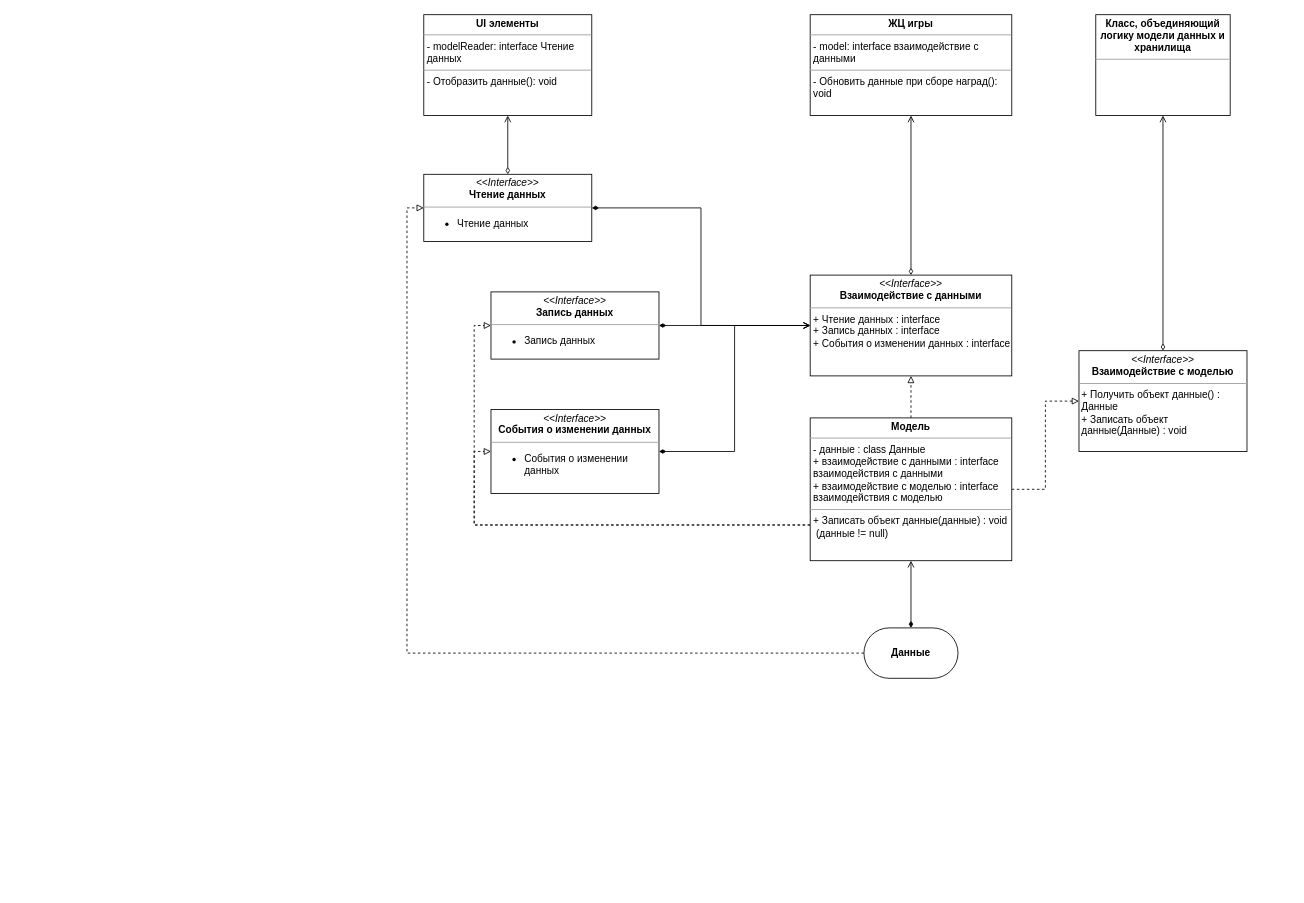
Before: Документация/Проектирование кода/Работа с данными/Модель с данными UML.drawio in PurposeTo/JumpingDreamer, a draw.io diagram. Source tidied: cells renumbered, new cells numbered last; positions are measured from the earlier drawing's top-left corner, leaving out a move shared by most shapes. Both pictures are drawn from the tidied source at 84%, with x=0, y=0 at pixel (423, 14).
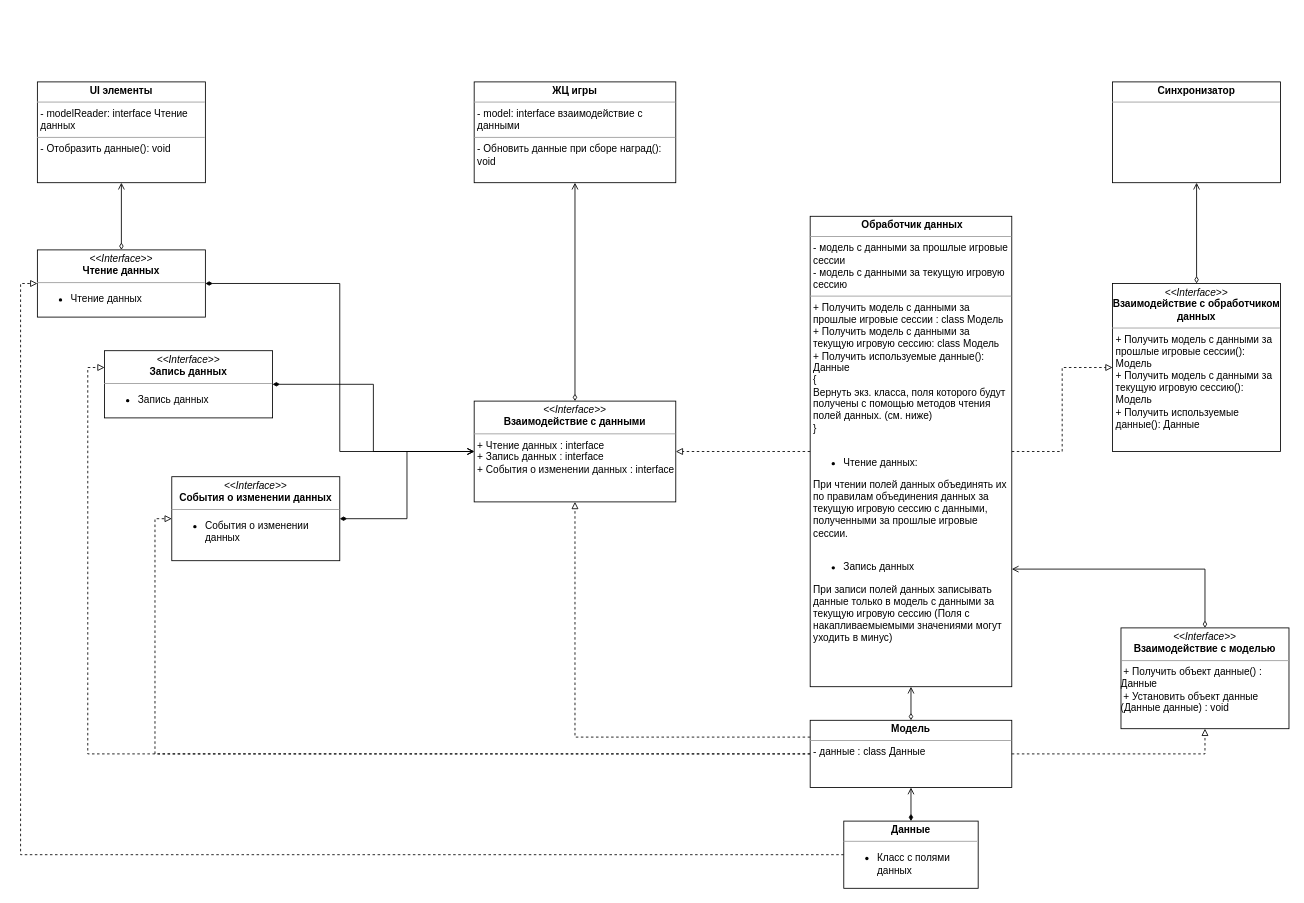
The same diagram, later.

Change to the diagram source:
```diff
@@
-    <mxCell id="2" style="edgeStyle=orthogonalEdgeStyle;rounded=0;jettySize=auto;html=1;entryX=0.5;entryY=1;entryDx=0;entryDy=0;fontSize=14;endArrow=block;endFill=0;dashed=1;" parent="1" edge="1" source="7" target="23">
-      <mxGeometry relative="1" as="geometry" />
-    </mxCell>
-    <mxCell id="3" style="edgeStyle=orthogonalEdgeStyle;rounded=0;jettySize=auto;html=1;exitX=0;exitY=0.75;exitDx=0;exitDy=0;entryX=0;entryY=0.5;entryDx=0;entryDy=0;startArrow=none;startFill=0;endArrow=block;endFill=0;fontSize=14;dashed=1;" parent="1" edge="1" source="7" target="17">
+    <mxCell id="3" style="edgeStyle=orthogonalEdgeStyle;rounded=0;jettySize=auto;html=1;exitX=0;exitY=0.5;exitDx=0;exitDy=0;entryX=0;entryY=0.5;entryDx=0;entryDy=0;startArrow=none;startFill=0;endArrow=block;endFill=0;fontSize=14;dashed=1;" parent="1" edge="1" source="25" target="17">
       <mxGeometry relative="1" as="geometry" />
     </mxCell>
-    <mxCell id="4" style="edgeStyle=orthogonalEdgeStyle;rounded=0;jettySize=auto;html=1;exitX=0;exitY=0.5;exitDx=0;exitDy=0;entryX=0;entryY=0.5;entryDx=0;entryDy=0;dashed=1;startArrow=none;startFill=0;endArrow=block;endFill=0;fontSize=14;" parent="1" edge="1" source="9" target="15">
+    <mxCell id="4" style="edgeStyle=orthogonalEdgeStyle;rounded=0;jettySize=auto;html=1;exitX=0;exitY=0.5;exitDx=0;exitDy=0;entryX=0;entryY=0.5;entryDx=0;entryDy=0;dashed=1;startArrow=none;startFill=0;endArrow=block;endFill=0;fontSize=14;" parent="1" edge="1" source="24" target="15">
       <mxGeometry relative="1" as="geometry" />
     </mxCell>
-    <mxCell id="5" style="edgeStyle=orthogonalEdgeStyle;rounded=0;jettySize=auto;html=1;exitX=0;exitY=0.75;exitDx=0;exitDy=0;entryX=0;entryY=0.5;entryDx=0;entryDy=0;dashed=1;startArrow=none;startFill=0;endArrow=block;endFill=0;fontSize=14;" parent="1" edge="1" source="7" target="14">
+    <mxCell id="5" style="edgeStyle=orthogonalEdgeStyle;rounded=0;jettySize=auto;html=1;exitX=0;exitY=0.5;exitDx=0;exitDy=0;entryX=0;entryY=0.25;entryDx=0;entryDy=0;dashed=1;startArrow=none;startFill=0;endArrow=block;endFill=0;fontSize=14;" parent="1" edge="1" source="25" target="14">
       <mxGeometry relative="1" as="geometry" />
     </mxCell>
-    <mxCell id="6" style="edgeStyle=orthogonalEdgeStyle;rounded=0;jettySize=auto;html=1;exitX=1;exitY=0.5;exitDx=0;exitDy=0;entryX=0;entryY=0.5;entryDx=0;entryDy=0;dashed=1;startArrow=none;startFill=0;endArrow=block;endFill=0;fontSize=14;" parent="1" edge="1" source="7" target="18">
+    <mxCell id="6" style="edgeStyle=orthogonalEdgeStyle;rounded=0;jettySize=auto;html=1;exitX=1;exitY=0.5;exitDx=0;exitDy=0;entryX=0;entryY=0.5;entryDx=0;entryDy=0;dashed=1;startArrow=none;startFill=0;endArrow=block;endFill=0;fontSize=14;" parent="1" edge="1" source="7" target="26">
       <mxGeometry relative="1" as="geometry" />
     </mxCell>
-    <mxCell id="7" value="&lt;p style=&quot;margin: 0px ; margin-top: 4px ; text-align: center&quot;&gt;&lt;b&gt;Модель&lt;/b&gt;&lt;/p&gt;&lt;hr size=&quot;1&quot;&gt;&lt;p style=&quot;margin: 0px ; margin-left: 4px&quot;&gt;- данные : class Данные&lt;/p&gt;&lt;p style=&quot;margin: 0px ; margin-left: 4px&quot;&gt;+ взаимодействие с данными : interface взаимодействия с данными&lt;/p&gt;&lt;p style=&quot;margin: 0px ; margin-left: 4px&quot;&gt;+ взаимодействие с моделью : interface взаимодействия с моделью&lt;/p&gt;&lt;hr size=&quot;1&quot;&gt;&lt;p style=&quot;margin: 0px ; margin-left: 4px&quot;&gt;+ Записать объект данные(данные) : void&lt;br&gt;&amp;nbsp;(данные != null)&lt;/p&gt;" style="verticalAlign=top;align=left;overflow=fill;fontSize=12;fontFamily=Helvetica;html=1;whiteSpace=wrap;" parent="1" vertex="1">
-      <mxGeometry x="460" y="480" width="240" height="170" as="geometry" />
+    <mxCell id="7" value="&lt;p style=&quot;margin: 0px ; margin-top: 4px ; text-align: center&quot;&gt;&lt;b&gt;&amp;nbsp;Обработчик данных&lt;/b&gt;&lt;/p&gt;&lt;hr size=&quot;1&quot;&gt;&lt;p style=&quot;margin: 0px 0px 0px 4px&quot;&gt;- модель&amp;nbsp;с данными за прошлые игровые сессии&lt;/p&gt;&lt;p style=&quot;margin: 0px 0px 0px 4px&quot;&gt;- модель с данными за текущую игровую сессию&lt;/p&gt;&lt;hr size=&quot;1&quot;&gt;&lt;p style=&quot;margin: 0px ; margin-left: 4px&quot;&gt;+ Получить модель с данными за прошлые игровые сессии : class Модель&lt;/p&gt;&lt;p style=&quot;margin: 0px ; margin-left: 4px&quot;&gt;+ Получить модель с данными за текущую игровую сессию: class Модель&lt;/p&gt;&lt;p style=&quot;margin: 0px ; margin-left: 4px&quot;&gt;+ Получить используемые данные(): Данные&lt;/p&gt;&lt;p style=&quot;margin: 0px ; margin-left: 4px&quot;&gt;{&lt;/p&gt;&lt;p style=&quot;margin: 0px ; margin-left: 4px&quot;&gt;Вернуть экз. класса, поля которого будут получены с помощью методов чтения полей данных. (см. ниже)&lt;/p&gt;&lt;p style=&quot;margin: 0px ; margin-left: 4px&quot;&gt;}&lt;/p&gt;&lt;p style=&quot;margin: 0px ; margin-left: 4px&quot;&gt;&lt;br&gt;&lt;/p&gt;&lt;p style=&quot;margin: 0px ; margin-left: 4px&quot;&gt;&lt;/p&gt;&lt;ul&gt;&lt;li&gt;Чтение данных:&lt;/li&gt;&lt;/ul&gt;&lt;p&gt;&lt;/p&gt;&lt;p style=&quot;margin: 0px ; margin-left: 4px&quot;&gt;При чтении полей данных объединять их по правилам объединения данных за текущую игровую сессию с данными, полученными за прошлые игровые сессии.&lt;br&gt;&lt;/p&gt;&lt;p style=&quot;margin: 0px ; margin-left: 4px&quot;&gt;&lt;br&gt;&lt;/p&gt;&lt;p style=&quot;margin: 0px ; margin-left: 4px&quot;&gt;&lt;/p&gt;&lt;ul&gt;&lt;li&gt;Запись данных&lt;/li&gt;&lt;/ul&gt;&lt;p&gt;&lt;/p&gt;&lt;p style=&quot;margin: 0px ; margin-left: 4px&quot;&gt;При записи полей данных записывать данные только в модель с данными за текущую игровую сессию (Поля с накапливаемыемыми значениями могут уходить в минус)&lt;/p&gt;" style="verticalAlign=top;align=left;overflow=fill;fontSize=12;fontFamily=Helvetica;html=1;whiteSpace=wrap;" parent="1" vertex="1">
+      <mxGeometry x="460" y="240" width="240" height="560" as="geometry" />
     </mxCell>
-    <mxCell id="8" style="edgeStyle=orthogonalEdgeStyle;rounded=0;jettySize=auto;html=1;exitX=0.5;exitY=0;exitDx=0;exitDy=0;entryX=0.5;entryY=1;entryDx=0;entryDy=0;endArrow=open;endFill=0;fontSize=14;startArrow=diamondThin;startFill=1;" parent="1" edge="1" source="9" target="7">
+    <mxCell id="8" style="edgeStyle=orthogonalEdgeStyle;rounded=0;jettySize=auto;html=1;exitX=0.5;exitY=0;exitDx=0;exitDy=0;entryX=0.5;entryY=1;entryDx=0;entryDy=0;endArrow=open;endFill=0;fontSize=14;startArrow=diamondThin;startFill=1;" parent="1" edge="1" source="24" target="25">
       <mxGeometry relative="1" as="geometry" />
     </mxCell>
-    <mxCell id="9" value="&lt;b&gt;Данные&lt;/b&gt;" style="rounded=1;arcSize=50;whiteSpace=wrap;html=1;align=center;" parent="1" vertex="1">
-      <mxGeometry x="524" y="730" width="112" height="60" as="geometry" />
-    </mxCell>
@@
-    <mxCell id="12" value="&lt;p style=&quot;margin: 0px ; margin-top: 4px ; text-align: center&quot;&gt;&lt;b&gt;Класс, объединяющий логику модели данных и хранилища&lt;/b&gt;&lt;/p&gt;&lt;hr size=&quot;1&quot;&gt;&lt;p style=&quot;margin: 0px ; margin-left: 4px&quot;&gt;&lt;br&gt;&lt;/p&gt;" style="verticalAlign=top;align=left;overflow=fill;fontSize=12;fontFamily=Helvetica;html=1;whiteSpace=wrap;" parent="1" vertex="1">
-      <mxGeometry x="800" width="160" height="120" as="geometry" />
+    <mxCell id="12" value="&lt;p style=&quot;margin: 0px ; margin-top: 4px ; text-align: center&quot;&gt;&lt;b&gt;Синхронизатор&lt;/b&gt;&lt;/p&gt;&lt;hr size=&quot;1&quot;&gt;&lt;p style=&quot;margin: 0px ; margin-left: 4px&quot;&gt;&lt;br&gt;&lt;/p&gt;" style="verticalAlign=top;align=left;overflow=fill;fontSize=12;fontFamily=Helvetica;html=1;whiteSpace=wrap;" parent="1" vertex="1">
+      <mxGeometry x="820" y="80" width="200" height="120" as="geometry" />
     </mxCell>
@@
     <mxCell id="14" value="&lt;p style=&quot;margin: 0px ; margin-top: 4px ; text-align: center&quot;&gt;&lt;i&gt;&amp;lt;&amp;lt;Interface&amp;gt;&amp;gt;&lt;/i&gt;&lt;br&gt;&lt;b&gt;Запись данных&lt;/b&gt;&lt;/p&gt;&lt;hr size=&quot;1&quot;&gt;&lt;p style=&quot;margin: 0px 0px 0px 4px&quot;&gt;&lt;/p&gt;&lt;ul&gt;&lt;li&gt;Запись данных&lt;/li&gt;&lt;/ul&gt;&lt;p&gt;&lt;/p&gt;" style="verticalAlign=top;align=left;overflow=fill;fontSize=12;fontFamily=Helvetica;html=1;whiteSpace=wrap;" parent="1" vertex="1">
-      <mxGeometry x="80" y="330" width="200" height="80" as="geometry" />
+      <mxGeometry x="-380" y="400" width="200" height="80" as="geometry" />
     </mxCell>
     <mxCell id="15" value="&lt;p style=&quot;margin: 0px ; margin-top: 4px ; text-align: center&quot;&gt;&lt;i&gt;&amp;lt;&amp;lt;Interface&amp;gt;&amp;gt;&lt;/i&gt;&lt;br&gt;&lt;b&gt;Чтение данных&lt;/b&gt;&lt;/p&gt;&lt;hr size=&quot;1&quot;&gt;&lt;p style=&quot;margin: 0px 0px 0px 4px&quot;&gt;&lt;/p&gt;&lt;ul&gt;&lt;li&gt;&lt;span&gt;Чтение данных&lt;/span&gt;&lt;br&gt;&lt;/li&gt;&lt;/ul&gt;&lt;p&gt;&lt;/p&gt;" style="verticalAlign=top;align=left;overflow=fill;fontSize=12;fontFamily=Helvetica;html=1;whiteSpace=wrap;" parent="1" vertex="1">
-      <mxGeometry y="190" width="200" height="80" as="geometry" />
+      <mxGeometry x="-460" y="280" width="200" height="80" as="geometry" />
     </mxCell>
@@
     <mxCell id="17" value="&lt;p style=&quot;margin: 0px ; margin-top: 4px ; text-align: center&quot;&gt;&lt;i&gt;&amp;lt;&amp;lt;Interface&amp;gt;&amp;gt;&lt;/i&gt;&lt;br&gt;&lt;b&gt;События о изменении данных&lt;/b&gt;&lt;/p&gt;&lt;hr size=&quot;1&quot;&gt;&lt;p style=&quot;margin: 0px 0px 0px 4px&quot;&gt;&lt;/p&gt;&lt;ul&gt;&lt;li&gt;События о изменении данных&lt;/li&gt;&lt;/ul&gt;&lt;p&gt;&lt;/p&gt;" style="verticalAlign=top;align=left;overflow=fill;fontSize=12;fontFamily=Helvetica;html=1;whiteSpace=wrap;" parent="1" vertex="1">
-      <mxGeometry x="80" y="470" width="200" height="100" as="geometry" />
+      <mxGeometry x="-300" y="550" width="200" height="100" as="geometry" />
     </mxCell>
-    <mxCell id="18" value="&lt;p style=&quot;margin: 0px ; margin-top: 4px ; text-align: center&quot;&gt;&lt;i&gt;&amp;lt;&amp;lt;Interface&amp;gt;&amp;gt;&lt;/i&gt;&lt;br&gt;&lt;b&gt;Взаимодействие с моделью&lt;/b&gt;&lt;/p&gt;&lt;hr size=&quot;1&quot;&gt;&lt;p style=&quot;margin: 0px ; margin-left: 4px&quot;&gt;&lt;/p&gt;&lt;span&gt;&amp;nbsp;+ Получить объект данные() :&amp;nbsp; &amp;nbsp;Данные&lt;/span&gt;&lt;br&gt;&lt;span&gt;&amp;nbsp;+ Записать объект&amp;nbsp; &amp;nbsp;данные(Данные) : void&lt;/span&gt;&lt;br&gt;&lt;p&gt;&lt;/p&gt;" style="verticalAlign=top;align=left;overflow=fill;fontSize=12;fontFamily=Helvetica;html=1;whiteSpace=wrap;" parent="1" vertex="1">
-      <mxGeometry x="780" y="400" width="200" height="120" as="geometry" />
+    <mxCell id="18" value="&lt;p style=&quot;margin: 0px ; margin-top: 4px ; text-align: center&quot;&gt;&lt;i&gt;&amp;lt;&amp;lt;Interface&amp;gt;&amp;gt;&lt;/i&gt;&lt;br&gt;&lt;b&gt;Взаимодействие с моделью&lt;/b&gt;&lt;/p&gt;&lt;hr size=&quot;1&quot;&gt;&lt;p style=&quot;margin: 0px ; margin-left: 4px&quot;&gt;&lt;/p&gt;&lt;span&gt;&amp;nbsp;+ Получить объект данные() :&amp;nbsp; Данные&lt;/span&gt;&lt;br&gt;&lt;span&gt;&amp;nbsp;+ Установить объект данные (Данные данные) : void&lt;/span&gt;&lt;br&gt;&lt;p&gt;&lt;/p&gt;" style="verticalAlign=top;align=left;overflow=fill;fontSize=12;fontFamily=Helvetica;html=1;whiteSpace=wrap;" parent="1" vertex="1">
+      <mxGeometry x="830" y="730" width="200" height="120" as="geometry" />
     </mxCell>
-    <mxCell id="19" style="edgeStyle=orthogonalEdgeStyle;rounded=0;jettySize=auto;html=1;exitX=0.5;exitY=0;exitDx=0;exitDy=0;entryX=0.5;entryY=1;entryDx=0;entryDy=0;startArrow=diamondThin;startFill=0;endArrow=open;endFill=0;fontSize=14;" parent="1" edge="1" source="18" target="12">
+    <mxCell id="19" style="edgeStyle=orthogonalEdgeStyle;rounded=0;jettySize=auto;html=1;exitX=0.5;exitY=0;exitDx=0;exitDy=0;entryX=1;entryY=0.75;entryDx=0;entryDy=0;startArrow=diamondThin;startFill=0;endArrow=open;endFill=0;fontSize=14;" parent="1" edge="1" source="18" target="7">
       <mxGeometry relative="1" as="geometry" />
     </mxCell>
@@
     <mxCell id="21" value="&lt;p style=&quot;margin: 0px ; margin-top: 4px ; text-align: center&quot;&gt;&lt;b&gt;UI элементы&lt;/b&gt;&lt;br&gt;&lt;/p&gt;&lt;hr size=&quot;1&quot;&gt;&lt;p style=&quot;margin: 0px ; margin-left: 4px&quot;&gt;- modelReader: interface Чтение данных&lt;br&gt;&lt;/p&gt;&lt;hr size=&quot;1&quot;&gt;&lt;p style=&quot;margin: 0px ; margin-left: 4px&quot;&gt;- Отобразить данные(): void&lt;br&gt;&lt;/p&gt;" style="verticalAlign=top;align=left;overflow=fill;fontSize=12;fontFamily=Helvetica;html=1;whiteSpace=wrap;" parent="1" vertex="1">
-      <mxGeometry width="200" height="120" as="geometry" />
+      <mxGeometry x="-460" y="80" width="200" height="120" as="geometry" />
     </mxCell>
     <mxCell id="22" value="&lt;p style=&quot;margin: 0px ; margin-top: 4px ; text-align: center&quot;&gt;&lt;b&gt;ЖЦ игры&lt;/b&gt;&lt;br&gt;&lt;/p&gt;&lt;hr size=&quot;1&quot;&gt;&lt;p style=&quot;margin: 0px ; margin-left: 4px&quot;&gt;- model: interface взаимодействие с данными&lt;br&gt;&lt;/p&gt;&lt;hr size=&quot;1&quot;&gt;&lt;p style=&quot;margin: 0px ; margin-left: 4px&quot;&gt;- Обновить данные при сборе наград(): void&lt;br&gt;&lt;/p&gt;" style="verticalAlign=top;align=left;overflow=fill;fontSize=12;fontFamily=Helvetica;html=1;whiteSpace=wrap;" parent="1" vertex="1">
-      <mxGeometry x="460" width="240" height="120" as="geometry" />
+      <mxGeometry x="60" y="80" width="240" height="120" as="geometry" />
     </mxCell>
     <mxCell id="23" value="&lt;p style=&quot;margin: 0px ; margin-top: 4px ; text-align: center&quot;&gt;&lt;/p&gt;&lt;p style=&quot;margin: 4px 0px 0px ; text-align: center&quot;&gt;&lt;i&gt;&amp;lt;&amp;lt;Interface&amp;gt;&amp;gt;&lt;/i&gt;&lt;br&gt;&lt;b&gt;Взаимодействие с данными&lt;/b&gt;&lt;/p&gt;&lt;hr size=&quot;1&quot;&gt;&lt;p style=&quot;margin: 0px ; margin-left: 4px&quot;&gt;+ Чтение данных : interface&lt;/p&gt;&lt;p style=&quot;margin: 0px ; margin-left: 4px&quot;&gt;+ Запись данных : interface&lt;/p&gt;&lt;p style=&quot;margin: 0px ; margin-left: 4px&quot;&gt;+ События о изменении данных : i&lt;span&gt;nterface&lt;/span&gt;&lt;/p&gt;" style="verticalAlign=top;align=left;overflow=fill;fontSize=12;fontFamily=Helvetica;html=1;whiteSpace=wrap;" parent="1" vertex="1">
-      <mxGeometry x="460" y="310" width="240" height="120" as="geometry" />
+      <mxGeometry x="60" y="460" width="240" height="120" as="geometry" />
     </mxCell>
+    <mxCell id="24" value="&lt;p style=&quot;margin: 0px ; margin-top: 4px ; text-align: center&quot;&gt;&lt;b&gt;Данные&lt;/b&gt;&lt;/p&gt;&lt;hr size=&quot;1&quot;&gt;&lt;p style=&quot;margin: 0px ; margin-left: 4px&quot;&gt;&lt;ul&gt;&lt;li&gt;Класс с полями данных&lt;/li&gt;&lt;/ul&gt;&lt;/p&gt;" style="verticalAlign=top;align=left;overflow=fill;fontSize=12;fontFamily=Helvetica;html=1;whiteSpace=wrap;" parent="1" vertex="1">
+      <mxGeometry x="500" y="960" width="160" height="80" as="geometry" />
+    </mxCell>
+    <mxCell id="25" value="&lt;p style=&quot;margin: 0px ; margin-top: 4px ; text-align: center&quot;&gt;&lt;b&gt;Модель&lt;/b&gt;&lt;/p&gt;&lt;hr size=&quot;1&quot;&gt;&lt;p style=&quot;margin: 0px ; margin-left: 4px&quot;&gt;- данные : class Данные&lt;/p&gt;" style="verticalAlign=top;align=left;overflow=fill;fontSize=12;fontFamily=Helvetica;html=1;whiteSpace=wrap;" parent="1" vertex="1">
+      <mxGeometry x="460" y="840" width="240" height="80" as="geometry" />
+    </mxCell>
+    <mxCell id="26" value="&lt;p style=&quot;margin: 0px ; margin-top: 4px ; text-align: center&quot;&gt;&lt;i&gt;&amp;lt;&amp;lt;Interface&amp;gt;&amp;gt;&lt;/i&gt;&lt;br&gt;&lt;b&gt;Взаимодействие с обработчиком данных&lt;/b&gt;&lt;/p&gt;&lt;hr size=&quot;1&quot;&gt;&lt;p style=&quot;margin: 0px 0px 0px 4px&quot;&gt;+ Получить модель с данными за прошлые игровые сессии(): Модель&lt;/p&gt;&lt;p style=&quot;margin: 0px 0px 0px 4px&quot;&gt;+ Получить модель с данными за текущую игровую сессию(): Модель&lt;/p&gt;&lt;p style=&quot;margin: 0px 0px 0px 4px&quot;&gt;+ Получить используемые данные(): Данные&lt;/p&gt;&lt;br&gt;&lt;p&gt;&lt;/p&gt;" style="verticalAlign=top;align=left;overflow=fill;fontSize=12;fontFamily=Helvetica;html=1;whiteSpace=wrap;" parent="1" vertex="1">
+      <mxGeometry x="820" y="320" width="200" height="200" as="geometry" />
+    </mxCell>
+    <mxCell id="27" style="edgeStyle=orthogonalEdgeStyle;rounded=0;jettySize=auto;html=1;exitX=1;exitY=0.5;exitDx=0;exitDy=0;entryX=0.5;entryY=1;entryDx=0;entryDy=0;dashed=1;startArrow=none;startFill=0;endArrow=block;endFill=0;fontSize=14;" parent="1" edge="1" source="25" target="18">
+      <mxGeometry relative="1" as="geometry" />
+    </mxCell>
+    <mxCell id="28" style="edgeStyle=orthogonalEdgeStyle;rounded=0;jettySize=auto;html=1;entryX=0.5;entryY=1;entryDx=0;entryDy=0;startArrow=diamondThin;startFill=0;endArrow=open;endFill=0;fontSize=14;exitX=0.5;exitY=0;exitDx=0;exitDy=0;" parent="1" edge="1" source="25" target="7">
+      <mxGeometry relative="1" as="geometry" />
+    </mxCell>
+    <mxCell id="29" style="edgeStyle=orthogonalEdgeStyle;rounded=0;jettySize=auto;html=1;entryX=0.5;entryY=1;entryDx=0;entryDy=0;fontSize=14;endArrow=block;endFill=0;dashed=1;exitX=0;exitY=0.25;exitDx=0;exitDy=0;" parent="1" edge="1" source="25" target="23">
+      <mxGeometry relative="1" as="geometry" />
+    </mxCell>
+    <mxCell id="30" style="edgeStyle=orthogonalEdgeStyle;rounded=0;jettySize=auto;html=1;exitX=0.5;exitY=0;exitDx=0;exitDy=0;entryX=0.5;entryY=1;entryDx=0;entryDy=0;startArrow=diamondThin;startFill=0;endArrow=open;endFill=0;fontSize=14;" parent="1" edge="1" source="26" target="12">
+      <mxGeometry relative="1" as="geometry" />
+    </mxCell>
+    <mxCell id="2" style="edgeStyle=orthogonalEdgeStyle;rounded=0;jettySize=auto;html=1;entryX=1;entryY=0.5;entryDx=0;entryDy=0;fontSize=14;endArrow=block;endFill=0;dashed=1;exitX=0;exitY=0.5;exitDx=0;exitDy=0;" parent="1" edge="1" source="7" target="23">
+      <mxGeometry relative="1" as="geometry" />
+    </mxCell>
```
